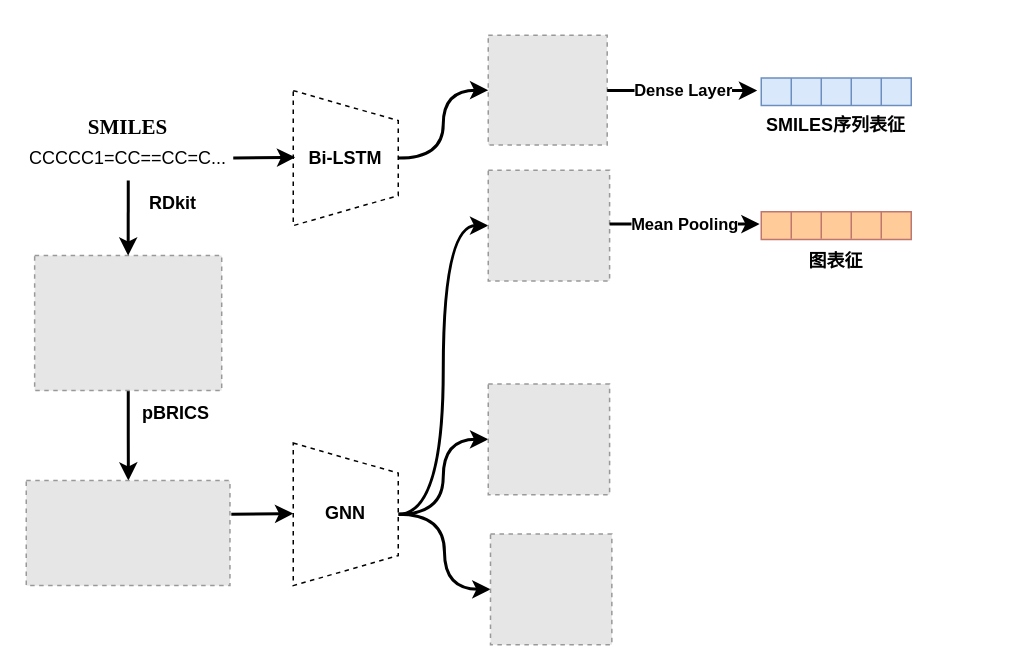
The draw.io diagram 未命名绘图2.drawio in cuidi1/Molecules_Dataset_Collection, before the edit. Source tidied: cells renumbered, new cells numbered last; positions are measured from the earlier drawing's top-left corner, leaving out a move shared by most shapes. Both pictures are drawn from the tidied source at 150%, with x=0, y=0 at pixel (26, 34). Pictures stored in the file or linked from it are replaced by grey dashed boxes.
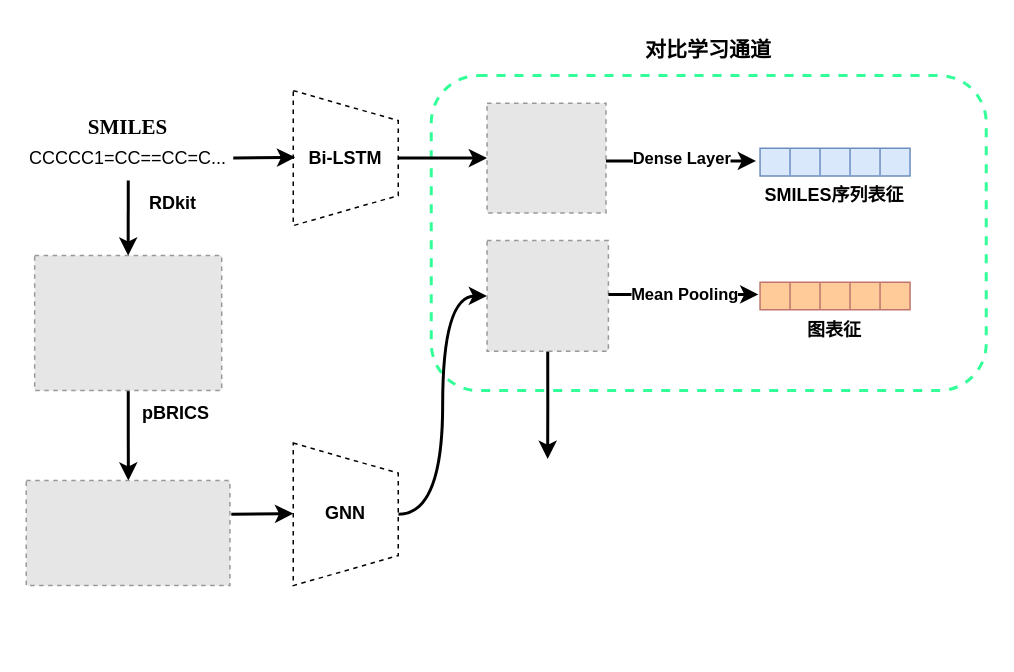
After the change.

Commit message:
更新未命名绘图2.drawio

The change refers to these unchanged cells:
```xml
<mxCell id="15" value="&lt;b&gt;GNN&lt;/b&gt;" style="shape=trapezoid;perimeter=trapezoidPerimeter;whiteSpace=wrap;html=1;fixedSize=1;direction=south;dashed=1;" parent="1" vertex="1">
  <mxGeometry x="178" y="271.9" width="70" height="95" as="geometry" />
</mxCell>
```

Diff of the diagram source:
```diff
@@
+    <mxCell id="42" style="rounded=1;whiteSpace=wrap;html=1;dashed=1;strokeColor=#33FF99;strokeWidth=2;" parent="1" vertex="1">
+      <mxGeometry x="270" y="26.9" width="370" height="210" as="geometry" />
+    </mxCell>
@@
-    <mxCell id="13" style="edgeStyle=orthogonalEdgeStyle;rounded=0;jettySize=auto;html=1;exitX=0.5;exitY=0;exitDx=0;exitDy=0;entryX=0;entryY=0.5;entryDx=0;entryDy=0;strokeWidth=2;curved=1;" parent="1" edge="1" source="15" target="20">
-      <mxGeometry relative="1" as="geometry" />
-    </mxCell>
-    <mxCell id="14" style="edgeStyle=orthogonalEdgeStyle;rounded=0;jettySize=auto;html=1;exitX=0.5;exitY=0;exitDx=0;exitDy=0;entryX=0;entryY=0.5;entryDx=0;entryDy=0;strokeWidth=2;curved=1;" parent="1" edge="1" source="15" target="21">
-      <mxGeometry relative="1" as="geometry" />
-    </mxCell>
@@
     <mxCell id="18" style="fillColor=#E6E6E6;strokeColor=#999999;dashed=1;verticalLabelPosition=bottom;labelBackgroundColor=default;verticalAlign=top;" parent="1" vertex="1">
-      <mxGeometry x="308" width="79.3" height="73.2" as="geometry" />
+      <mxGeometry x="307.2" y="45.3" width="79.3" height="73.2" as="geometry" />
     </mxCell>
+    <mxCell id="43" style="edgeStyle=orthogonalEdgeStyle;rounded=0;jettySize=auto;html=1;exitX=0.5;exitY=1;exitDx=0;exitDy=0;entryX=0.5;entryY=0;entryDx=0;entryDy=0;strokeWidth=2;" parent="1" edge="1" source="19">
+      <mxGeometry relative="1" as="geometry">
+        <mxPoint x="347.6" y="282.5" as="targetPoint" />
+      </mxGeometry>
+    </mxCell>
     <mxCell id="19" style="fillColor=#E6E6E6;strokeColor=#999999;dashed=1;verticalLabelPosition=bottom;labelBackgroundColor=default;verticalAlign=top;" parent="1" vertex="1">
-      <mxGeometry x="308" y="90" width="80.9" height="73.8" as="geometry" />
+      <mxGeometry x="307.2" y="136.9" width="80.9" height="73.8" as="geometry" />
     </mxCell>
-    <mxCell id="20" style="fillColor=#E6E6E6;strokeColor=#999999;dashed=1;verticalLabelPosition=bottom;labelBackgroundColor=default;verticalAlign=top;" parent="1" vertex="1">
-      <mxGeometry x="308" y="232.5" width="80.9" height="73.8" as="geometry" />
-    </mxCell>
-    <mxCell id="21" style="fillColor=#E6E6E6;strokeColor=#999999;dashed=1;verticalLabelPosition=bottom;labelBackgroundColor=default;verticalAlign=top;" parent="1" vertex="1">
-      <mxGeometry x="309.5" y="332.5" width="80.9" height="73.8" as="geometry" />
-    </mxCell>
     <mxCell id="22" style="endArrow=classic;html=1;rounded=0;strokeWidth=2;" parent="1" edge="1">
       <mxGeometry relative="1" as="geometry">
-        <mxPoint x="387.3" y="36.9" as="sourcePoint" />
-        <mxPoint x="487.3" y="36.9" as="targetPoint" />
+        <mxPoint x="386.5" y="83.8" as="sourcePoint" />
+        <mxPoint x="486.5" y="83.8" as="targetPoint" />
       </mxGeometry>
     </mxCell>
     <mxCell id="23" value="&lt;b&gt;Dense Layer&lt;/b&gt;" style="edgeLabel;html=1;align=center;verticalAlign=middle;" parent="22" vertex="1">
-      <mxGeometry relative="1" as="geometry" />
+      <mxGeometry relative="1" as="geometry">
+        <mxPoint y="-2" as="offset" />
+      </mxGeometry>
     </mxCell>
     <mxCell id="24" style="endArrow=classic;html=1;rounded=0;strokeWidth=2;" parent="1" edge="1">
       <mxGeometry relative="1" as="geometry">
-        <mxPoint x="388.9" y="125.9" as="sourcePoint" />
-        <mxPoint x="488.9" y="125.9" as="targetPoint" />
+        <mxPoint x="388.1" y="172.8" as="sourcePoint" />
+        <mxPoint x="488.1" y="172.8" as="targetPoint" />
       </mxGeometry>
     </mxCell>
@@
     <mxCell id="26" style="shape=table;startSize=0;childLayout=tableLayout;fillColor=#dae8fc;strokeColor=#6c8ebf;" parent="1" vertex="1">
-      <mxGeometry x="490" y="28.5" width="100" height="18.4" as="geometry" />
+      <mxGeometry x="489.2" y="75.4" width="100" height="18.4" as="geometry" />
     </mxCell>
@@
     <mxCell id="33" value="&lt;b&gt;SMILES序列表征&lt;/b&gt;" style="text;html=1;strokeColor=none;fillColor=none;align=center;verticalAlign=middle;whiteSpace=wrap;rounded=0;" parent="1" vertex="1">
-      <mxGeometry x="485" y="46.5" width="110" height="26.8" as="geometry" />
+      <mxGeometry x="484.2" y="93.4" width="110" height="26.8" as="geometry" />
     </mxCell>
     <mxCell id="34" style="shape=table;startSize=0;childLayout=tableLayout;fillColor=#FFCC99;strokeColor=#bf766e;" parent="1" vertex="1">
-      <mxGeometry x="490" y="117.7" width="100" height="18.4" as="geometry" />
+      <mxGeometry x="489.2" y="164.6" width="100" height="18.4" as="geometry" />
     </mxCell>
@@
     <mxCell id="41" value="&lt;b&gt;图表征&lt;/b&gt;" style="text;html=1;strokeColor=none;fillColor=none;align=center;verticalAlign=middle;whiteSpace=wrap;rounded=0;" parent="1" vertex="1">
-      <mxGeometry x="485" y="137.1" width="110" height="26.8" as="geometry" />
+      <mxGeometry x="484.2" y="184" width="110" height="26.8" as="geometry" />
     </mxCell>
+    <mxCell id="44" value="&lt;font style=&quot;font-size: 14px;&quot;&gt;&lt;b&gt;对比学习通道&lt;/b&gt;&lt;/font&gt;" style="text;html=1;strokeColor=none;fillColor=none;align=center;verticalAlign=middle;whiteSpace=wrap;rounded=0;" parent="1" vertex="1">
+      <mxGeometry x="405" y="-6.2" width="100" height="33.1" as="geometry" />
+    </mxCell>
```
